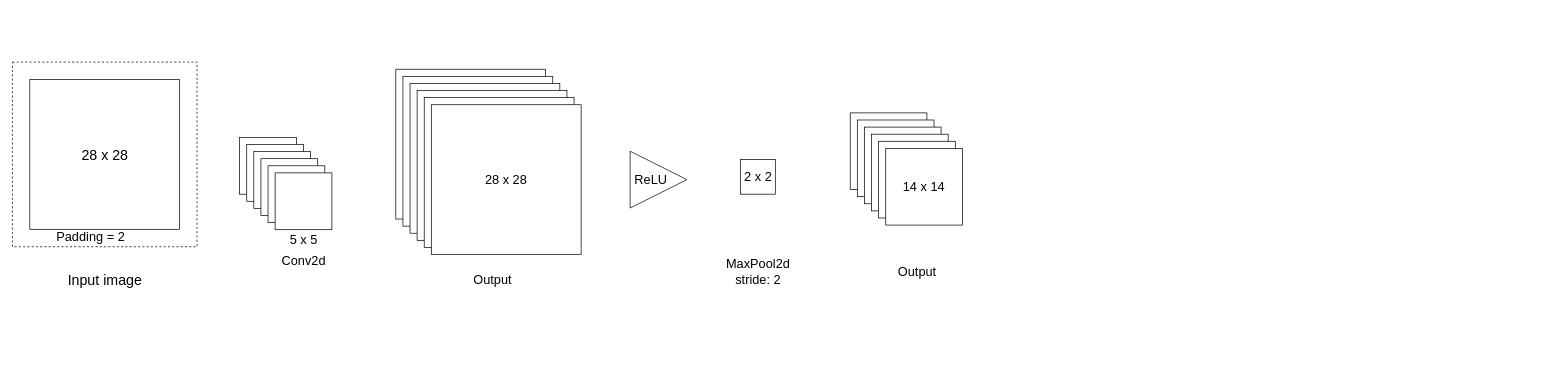
This is codes/opencv_practice/cnn.drawio from sphynxlee/NSCCAI, a draw.io file, before an edit. Source tidied: cells renumbered, new cells numbered last; positions are measured from the earlier drawing's top-left corner, leaving out a move shared by most shapes. Both pictures are drawn from the tidied source at 71%, with x=0, y=0 at pixel (12, 62).
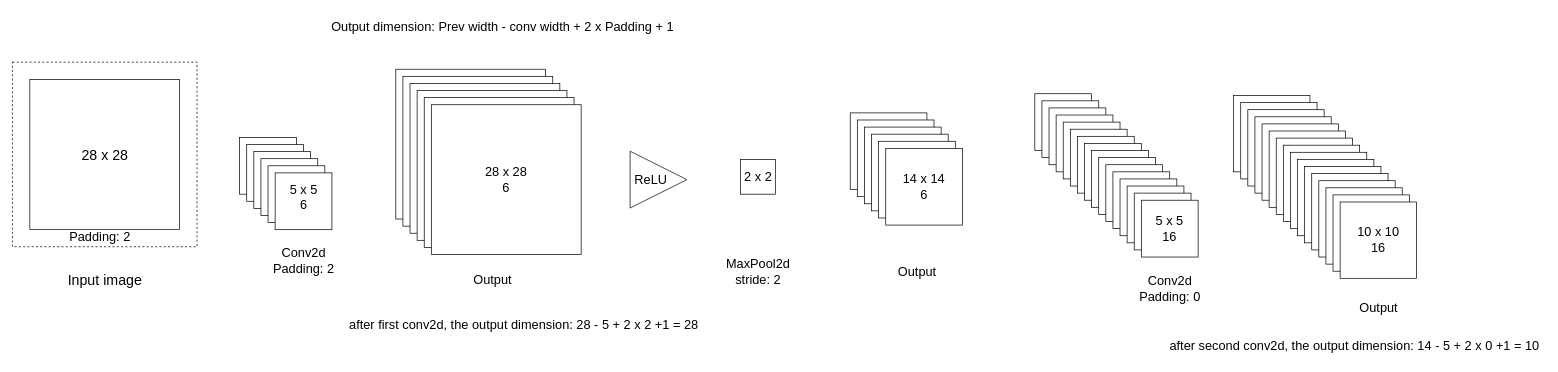
After the change.

Change to the diagram source:
```diff
@@
-    <mxCell id="10" value="&lt;font style=&quot;font-size: 18px;&quot;&gt;Conv2d&lt;/font&gt;" style="text;html=1;align=center;verticalAlign=middle;strokeColor=none;fillColor=none;fontSize=18;" parent="1" vertex="1">
-      <mxGeometry x="365" y="260" width="90" height="40" as="geometry" />
+    <mxCell id="10" value="&lt;font style=&quot;font-size: 18px;&quot;&gt;Conv2d&lt;br&gt;Padding: 2&lt;br&gt;&lt;/font&gt;" style="text;html=1;align=center;verticalAlign=middle;strokeColor=none;fillColor=none;fontSize=18;" parent="1" vertex="1">
+      <mxGeometry x="355" y="250" width="110" height="60" as="geometry" />
     </mxCell>
-    <mxCell id="11" value="5 x 5" style="text;html=1;align=center;verticalAlign=middle;strokeColor=none;fillColor=none;fontSize=18;" parent="1" vertex="1">
-      <mxGeometry x="380" y="231" width="60" height="40" as="geometry" />
+    <mxCell id="11" value="5 x 5&lt;br&gt;6&lt;br&gt;" style="text;html=1;align=center;verticalAlign=middle;strokeColor=none;fillColor=none;fontSize=18;" parent="1" vertex="1">
+      <mxGeometry x="380" y="161" width="60" height="60" as="geometry" />
     </mxCell>
@@
-    <mxCell id="13" value="&lt;font style=&quot;font-size: 18px;&quot;&gt;Padding = 2&lt;/font&gt;" style="text;html=1;align=center;verticalAlign=middle;strokeColor=none;fillColor=none;" parent="1" vertex="1">
-      <mxGeometry x="50" y="226" width="120" height="40" as="geometry" />
+    <mxCell id="13" value="&lt;font style=&quot;font-size: 18px;&quot;&gt;Padding: 2&lt;/font&gt;" style="text;html=1;align=center;verticalAlign=middle;strokeColor=none;fillColor=none;" parent="1" vertex="1">
+      <mxGeometry x="68" y="226" width="110" height="40" as="geometry" />
     </mxCell>
@@
-    <mxCell id="19" value="&lt;font style=&quot;font-size: 18px;&quot;&gt;28 x 28&lt;/font&gt;" style="whiteSpace=wrap;html=1;" parent="1" vertex="1">
+    <mxCell id="19" value="&lt;font style=&quot;font-size: 18px;&quot;&gt;28 x 28&lt;br&gt;6&lt;br&gt;&lt;/font&gt;" style="whiteSpace=wrap;html=1;" parent="1" vertex="1">
       <mxGeometry x="590" y="60" width="211" height="211" as="geometry" />
     </mxCell>
@@
-    <mxCell id="30" value="&lt;font style=&quot;font-size: 18px;&quot;&gt;14 x 14&lt;/font&gt;" style="whiteSpace=wrap;html=1;" parent="1" vertex="1">
+    <mxCell id="30" value="&lt;font style=&quot;font-size: 18px;&quot;&gt;14 x 14&lt;br&gt;6&lt;br&gt;&lt;/font&gt;" style="whiteSpace=wrap;html=1;" parent="1" vertex="1">
       <mxGeometry x="1230" y="121.5" width="108" height="108" as="geometry" />
     </mxCell>
@@
+    <mxCell id="32" style="whiteSpace=wrap;html=1;" parent="1" vertex="1">
+      <mxGeometry x="1440" y="44.5" width="80" height="80" as="geometry" />
+    </mxCell>
+    <mxCell id="33" style="whiteSpace=wrap;html=1;" parent="1" vertex="1">
+      <mxGeometry x="1450" y="54.5" width="80" height="80" as="geometry" />
+    </mxCell>
+    <mxCell id="34" style="whiteSpace=wrap;html=1;" parent="1" vertex="1">
+      <mxGeometry x="1460" y="64.5" width="80" height="80" as="geometry" />
+    </mxCell>
+    <mxCell id="35" style="whiteSpace=wrap;html=1;" parent="1" vertex="1">
+      <mxGeometry x="1470" y="74.5" width="80" height="80" as="geometry" />
+    </mxCell>
+    <mxCell id="36" style="whiteSpace=wrap;html=1;" parent="1" vertex="1">
+      <mxGeometry x="1480" y="84.5" width="80" height="80" as="geometry" />
+    </mxCell>
+    <mxCell id="37" style="whiteSpace=wrap;html=1;" parent="1" vertex="1">
+      <mxGeometry x="1490" y="94.5" width="80" height="80" as="geometry" />
+    </mxCell>
+    <mxCell id="38" style="whiteSpace=wrap;html=1;" parent="1" vertex="1">
+      <mxGeometry x="1500" y="104.5" width="80" height="80" as="geometry" />
+    </mxCell>
+    <mxCell id="39" style="whiteSpace=wrap;html=1;" parent="1" vertex="1">
+      <mxGeometry x="1510" y="114.5" width="80" height="80" as="geometry" />
+    </mxCell>
+    <mxCell id="40" style="whiteSpace=wrap;html=1;" parent="1" vertex="1">
+      <mxGeometry x="1520" y="124.5" width="80" height="80" as="geometry" />
+    </mxCell>
+    <mxCell id="41" style="whiteSpace=wrap;html=1;" parent="1" vertex="1">
+      <mxGeometry x="1530" y="134.5" width="80" height="80" as="geometry" />
+    </mxCell>
+    <mxCell id="42" style="whiteSpace=wrap;html=1;" parent="1" vertex="1">
+      <mxGeometry x="1540" y="144.5" width="80" height="80" as="geometry" />
+    </mxCell>
+    <mxCell id="43" style="whiteSpace=wrap;html=1;" parent="1" vertex="1">
+      <mxGeometry x="1550" y="154.5" width="80" height="80" as="geometry" />
+    </mxCell>
+    <mxCell id="44" style="whiteSpace=wrap;html=1;" parent="1" vertex="1">
+      <mxGeometry x="1560" y="164.5" width="80" height="80" as="geometry" />
+    </mxCell>
+    <mxCell id="45" style="whiteSpace=wrap;html=1;" parent="1" vertex="1">
+      <mxGeometry x="1570" y="174.5" width="80" height="80" as="geometry" />
+    </mxCell>
+    <mxCell id="46" style="whiteSpace=wrap;html=1;" parent="1" vertex="1">
+      <mxGeometry x="1580" y="184.5" width="80" height="80" as="geometry" />
+    </mxCell>
+    <mxCell id="47" value="&lt;font style=&quot;font-size: 18px;&quot;&gt;5 x 5&lt;br&gt;16&lt;/font&gt;" style="whiteSpace=wrap;html=1;" parent="1" vertex="1">
+      <mxGeometry x="1590" y="194.5" width="80" height="80" as="geometry" />
+    </mxCell>
+    <mxCell id="48" value="&lt;font style=&quot;font-size: 18px;&quot;&gt;Conv2d&lt;br&gt;Padding: 0&lt;br&gt;&lt;/font&gt;" style="text;html=1;align=center;verticalAlign=middle;strokeColor=none;fillColor=none;fontSize=18;" parent="1" vertex="1">
+      <mxGeometry x="1575" y="290" width="110" height="60" as="geometry" />
+    </mxCell>
+    <mxCell id="49" style="whiteSpace=wrap;html=1;" parent="1" vertex="1">
+      <mxGeometry x="1720" y="47" width="107.5" height="107.5" as="geometry" />
+    </mxCell>
+    <mxCell id="50" style="whiteSpace=wrap;html=1;" parent="1" vertex="1">
+      <mxGeometry x="1730" y="57" width="107.5" height="107.5" as="geometry" />
+    </mxCell>
+    <mxCell id="51" style="whiteSpace=wrap;html=1;" parent="1" vertex="1">
+      <mxGeometry x="1740" y="67" width="107.5" height="107.5" as="geometry" />
+    </mxCell>
+    <mxCell id="52" style="whiteSpace=wrap;html=1;" parent="1" vertex="1">
+      <mxGeometry x="1750" y="77" width="107.5" height="107.5" as="geometry" />
+    </mxCell>
+    <mxCell id="53" style="whiteSpace=wrap;html=1;" parent="1" vertex="1">
+      <mxGeometry x="1760" y="87" width="107.5" height="107.5" as="geometry" />
+    </mxCell>
+    <mxCell id="54" style="whiteSpace=wrap;html=1;" parent="1" vertex="1">
+      <mxGeometry x="1770" y="97" width="107.5" height="107.5" as="geometry" />
+    </mxCell>
+    <mxCell id="55" style="whiteSpace=wrap;html=1;" parent="1" vertex="1">
+      <mxGeometry x="1780" y="107" width="107.5" height="107.5" as="geometry" />
+    </mxCell>
+    <mxCell id="56" style="whiteSpace=wrap;html=1;" parent="1" vertex="1">
+      <mxGeometry x="1790" y="117" width="107.5" height="107.5" as="geometry" />
+    </mxCell>
+    <mxCell id="57" style="whiteSpace=wrap;html=1;" parent="1" vertex="1">
+      <mxGeometry x="1800" y="127" width="107.5" height="107.5" as="geometry" />
+    </mxCell>
+    <mxCell id="58" style="whiteSpace=wrap;html=1;" parent="1" vertex="1">
+      <mxGeometry x="1810" y="137" width="107.5" height="107.5" as="geometry" />
+    </mxCell>
+    <mxCell id="59" style="whiteSpace=wrap;html=1;" parent="1" vertex="1">
+      <mxGeometry x="1820" y="147" width="107.5" height="107.5" as="geometry" />
+    </mxCell>
+    <mxCell id="60" style="whiteSpace=wrap;html=1;" parent="1" vertex="1">
+      <mxGeometry x="1830" y="157" width="107.5" height="107.5" as="geometry" />
+    </mxCell>
+    <mxCell id="61" style="whiteSpace=wrap;html=1;" parent="1" vertex="1">
+      <mxGeometry x="1840" y="167" width="107.5" height="107.5" as="geometry" />
+    </mxCell>
+    <mxCell id="62" style="whiteSpace=wrap;html=1;" parent="1" vertex="1">
+      <mxGeometry x="1850" y="177" width="107.5" height="107.5" as="geometry" />
+    </mxCell>
+    <mxCell id="63" style="whiteSpace=wrap;html=1;" parent="1" vertex="1">
+      <mxGeometry x="1860" y="187" width="107.5" height="107.5" as="geometry" />
+    </mxCell>
+    <mxCell id="64" value="&lt;font style=&quot;font-size: 18px;&quot;&gt;10 x 10&lt;br&gt;16&lt;/font&gt;" style="whiteSpace=wrap;html=1;" parent="1" vertex="1">
+      <mxGeometry x="1870" y="197" width="107.5" height="107.5" as="geometry" />
+    </mxCell>
+    <mxCell id="65" value="&lt;font style=&quot;font-size: 18px;&quot;&gt;Output&lt;/font&gt;" style="text;html=1;align=center;verticalAlign=middle;strokeColor=none;fillColor=none;" parent="1" vertex="1">
+      <mxGeometry x="1883.8" y="326" width="80" height="40" as="geometry" />
+    </mxCell>
+    <mxCell id="66" value="&lt;font style=&quot;font-size: 18px;&quot;&gt;Output dimension: Prev width - conv width + 2 x Padding + 1&lt;/font&gt;" style="text;html=1;align=center;verticalAlign=middle;strokeColor=none;fillColor=none;" parent="1" vertex="1">
+      <mxGeometry x="435" y="-70" width="510" height="40" as="geometry" />
+    </mxCell>
+    <mxCell id="67" value="&lt;font style=&quot;font-size: 18px;&quot;&gt;after first conv2d, the output dimension: 28 - 5 + 2 x 2 +1 = 28&lt;/font&gt;" style="text;html=1;align=center;verticalAlign=middle;strokeColor=none;fillColor=none;" parent="1" vertex="1">
+      <mxGeometry x="460" y="350" width="520" height="40" as="geometry" />
+    </mxCell>
+    <mxCell id="68" value="&lt;font style=&quot;font-size: 18px;&quot;&gt;after second conv2d, the output dimension: 14 - 5 + 2 x 0 +1 = 10&lt;/font&gt;" style="text;html=1;align=center;verticalAlign=middle;strokeColor=none;fillColor=none;" parent="1" vertex="1">
+      <mxGeometry x="1620" y="380" width="540" height="40" as="geometry" />
+    </mxCell>
```
